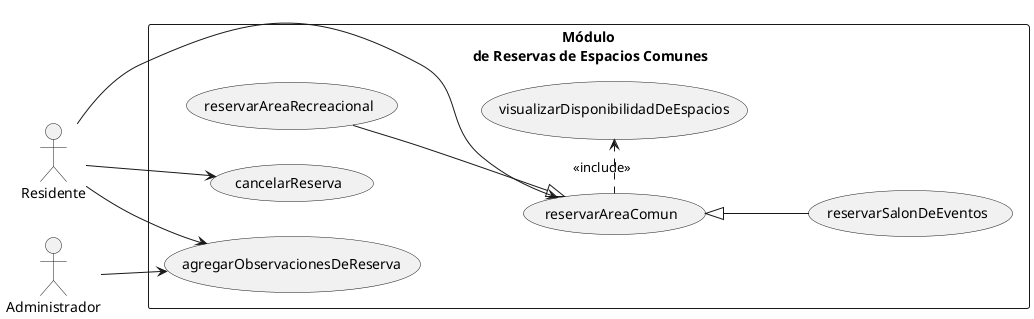
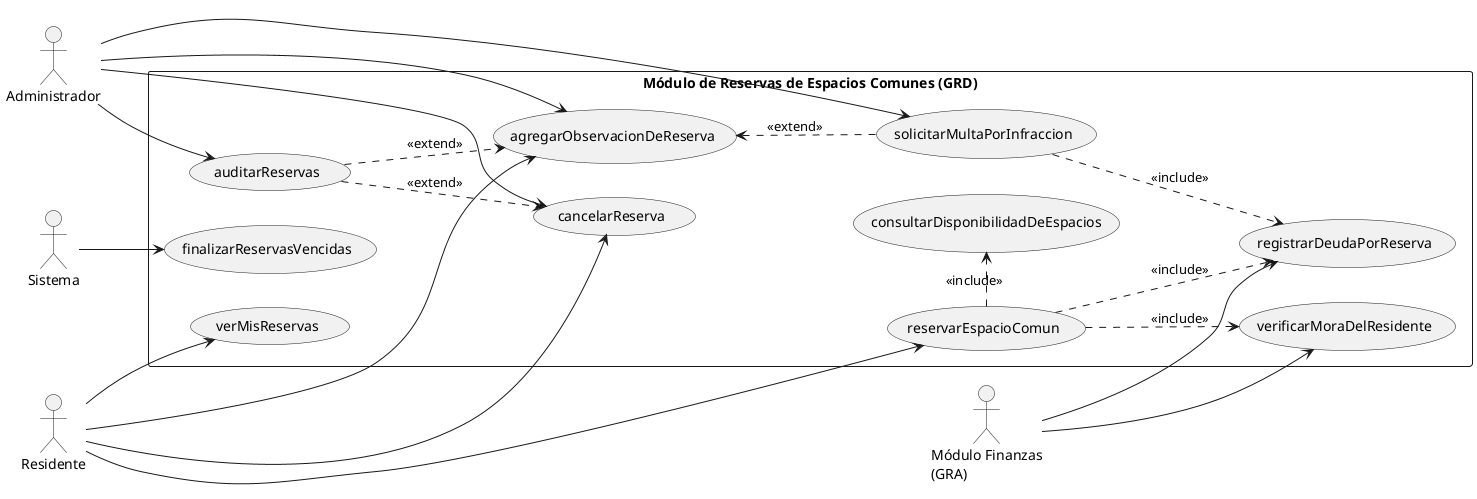
@startuml

left to right direction
skinparam packageStyle rectangle

' Esto fuerza a PlantUML a usar líneas rectas y ordenadas
skinparam linetype orthogonal

actor Residente
actor Administrador
+ actor Sistema
+ actor "Módulo Finanzas\n(GRA)" as Finanzas

- rectangle "Módulo\n de Reservas de Espacios Comunes" {
+ rectangle "Módulo de Reservas de Espacios Comunes (GRD)" {

-     usecase "reservarAreaComun" as UC1
-     usecase "reservarSalonDeEventos" as UC2
-     usecase "reservarAreaRecreacional" as UC3
-     usecase "visualizarDisponibilidadDeEspacios" as UC4
-     usecase "cancelarReserva" as UC5
-     usecase "agregarObservacionesDeReserva" as UC6
+     usecase "reservarEspacioComun" as UC1
+     usecase "consultarDisponibilidadDeEspacios" as UC2
+     usecase "verMisReservas" as UC3
+     usecase "cancelarReserva" as UC4
+     usecase "agregarObservacionDeReserva" as UC5
+     usecase "auditarReservas" as UC6
+     usecase "solicitarMultaPorInfraccion" as UC7
+     usecase "finalizarReservasVencidas" as UC8
+     usecase "verificarMoraDelResidente" as UC9
+     usecase "registrarDeudaPorReserva" as UC10

-     ' Definimos las herencias (las flechas irán limpias hacia la izquierda)
-     UC2 -up-|> UC1
-     UC3 -down-|> UC1
+     ' Reservar un espacio consulta disponibilidad y valida/factura con Finanzas
+     UC1 .right.> UC2 : <<include>>
+     UC1 .down.> UC9 : <<include>>
+     UC1 .down.> UC10 : <<include>>

-     ' El include se despliega hacia la derecha de forma lineal
-     UC1 .right.> UC4 : <<include>>
+     ' Auditar reservas reutiliza cancelar y agregar observación
+     UC6 .down.> UC4 : <<extend>>
+     UC6 .down.> UC5 : <<extend>>
+ 
+     ' Solicitar multa se aplica junto a una observación y factura en Finanzas
+     UC7 .up.> UC5 : <<extend>>
+     UC7 .down.> UC10 : <<include>>
}

- ' El actor se conecta de forma limpia a las opciones principales
+ ' Residente: reserva, consulta sus reservas, cancela y observa
Residente --> UC1
+ Residente --> UC3
+ Residente --> UC4
Residente --> UC5
- Residente --> UC6
+ 
+ ' Administrador: audita todas las reservas, cancela, observa y multa
Administrador --> UC6
+ Administrador --> UC4
+ Administrador --> UC5
+ Administrador --> UC7

- @enduml+ ' Actores secundarios (procesos/integraciones)
+ Sistema --> UC8
+ Finanzas --> UC9
+ Finanzas --> UC10
+ 
+ @enduml
